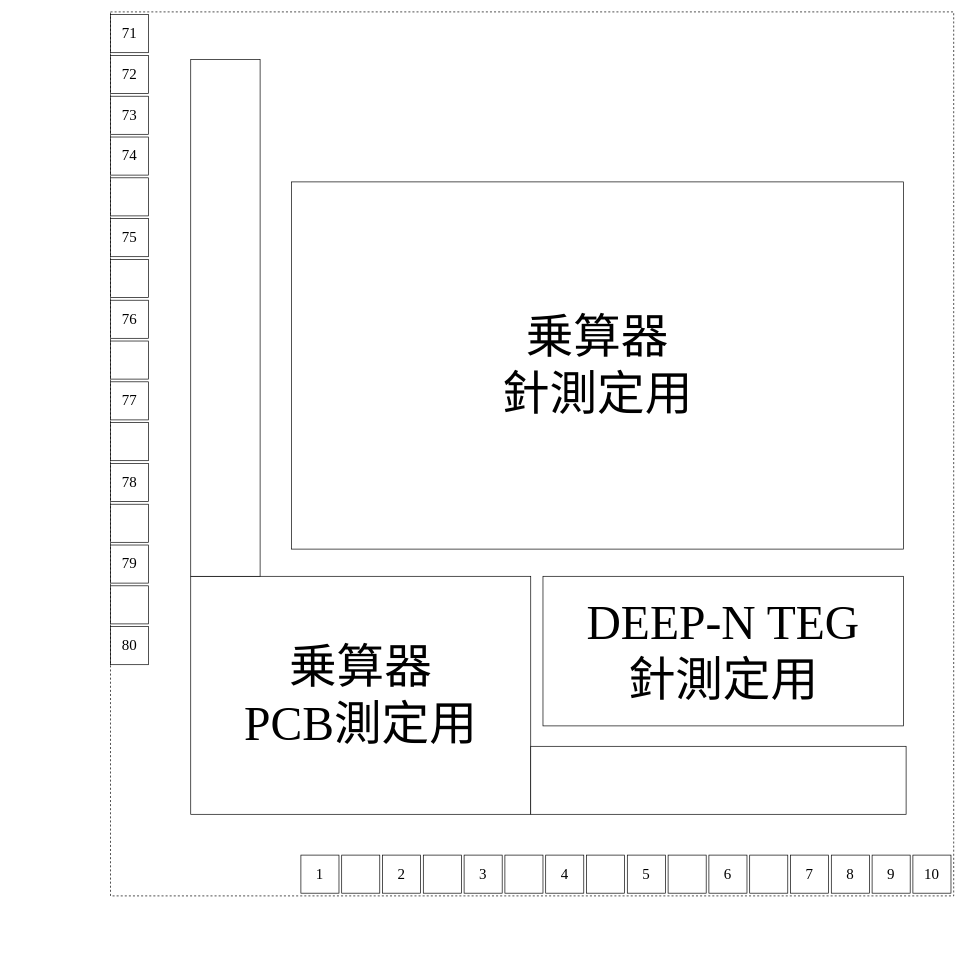
Before: folded_gilbert/試作/20240115/floar_plan.drawio in kjm-desktop10400/reserch, a draw.io diagram. Source tidied: cells renumbered, new cells numbered last; positions are measured from the earlier drawing's top-left corner, leaving out a move shared by most shapes. Both pictures are drawn from the tidied source at 68%, with x=0, y=0 at pixel (110, 12).
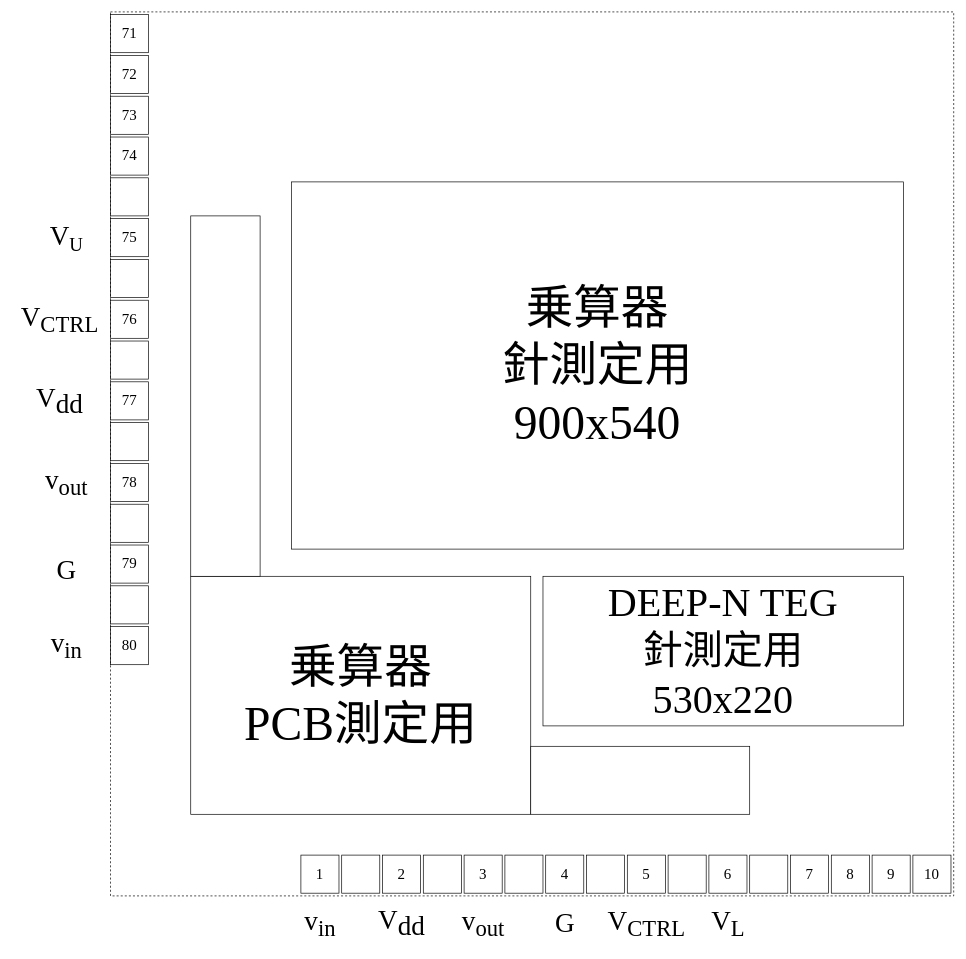
After the change.

The edit, as a diff of the source:
```diff
@@
-    <mxCell id="34" value="乗算器&lt;br&gt;針測定用" style="rounded=0;whiteSpace=wrap;html=1;strokeColor=default;fontFamily=Times New Roman;fontSize=70;fontColor=default;fillColor=default;" parent="1" vertex="1">
+    <mxCell id="34" value="乗算器&lt;br&gt;針測定用&lt;br&gt;900x540" style="rounded=0;whiteSpace=wrap;html=1;strokeColor=default;fontFamily=Times New Roman;fontSize=70;fontColor=default;fillColor=default;" parent="1" vertex="1">
       <mxGeometry x="266" y="250" width="900" height="540" as="geometry" />
     </mxCell>
@@
     <mxCell id="37" style="rounded=0;whiteSpace=wrap;html=1;strokeColor=default;fontFamily=Times New Roman;fontSize=22;fontColor=default;fillColor=default;" parent="1" vertex="1">
-      <mxGeometry x="618" y="1080" width="552" height="100" as="geometry" />
+      <mxGeometry x="618" y="1080" width="322" height="100" as="geometry" />
     </mxCell>
     <mxCell id="38" style="rounded=0;whiteSpace=wrap;html=1;strokeColor=default;fontFamily=Times New Roman;fontSize=22;fontColor=default;fillColor=default;" parent="1" vertex="1">
-      <mxGeometry x="118" y="70" width="102" height="760" as="geometry" />
+      <mxGeometry x="118" y="300" width="102" height="530" as="geometry" />
     </mxCell>
-    <mxCell id="39" value="DEEP-N TEG&lt;br&gt;針測定用" style="rounded=0;whiteSpace=wrap;html=1;strokeColor=default;fontFamily=Times New Roman;fontSize=70;fontColor=default;fillColor=default;" parent="1" vertex="1">
+    <mxCell id="39" value="DEEP-N TEG&lt;br style=&quot;font-size: 59px;&quot;&gt;針測定用&lt;br style=&quot;font-size: 59px;&quot;&gt;530x220" style="rounded=0;whiteSpace=wrap;html=1;strokeColor=default;fontFamily=Times New Roman;fontSize=59;fontColor=default;fillColor=default;" parent="1" vertex="1">
       <mxGeometry x="636" y="830" width="530" height="220" as="geometry" />
     </mxCell>
+    <mxCell id="40" value="v&lt;sub&gt;in&lt;/sub&gt;" style="text;html=1;align=center;verticalAlign=middle;strokeColor=none;fillColor=none;fontSize=40;fontFamily=Times New Roman;fontColor=default;" parent="1" vertex="1">
+      <mxGeometry x="-100" y="897" width="70" height="70" as="geometry" />
+    </mxCell>
+    <mxCell id="41" value="v&lt;sub&gt;in&lt;/sub&gt;" style="text;html=1;align=center;verticalAlign=middle;strokeColor=none;fillColor=none;fontSize=40;fontFamily=Times New Roman;fontColor=default;" parent="1" vertex="1">
+      <mxGeometry x="273" y="1305" width="70" height="70" as="geometry" />
+    </mxCell>
+    <mxCell id="42" value="v&lt;sub&gt;out&lt;/sub&gt;" style="text;html=1;align=center;verticalAlign=middle;strokeColor=none;fillColor=none;fontSize=40;fontFamily=Times New Roman;fontColor=default;" parent="1" vertex="1">
+      <mxGeometry x="503" y="1305" width="90" height="70" as="geometry" />
+    </mxCell>
+    <mxCell id="43" value="V&lt;sub&gt;L&lt;/sub&gt;" style="text;html=1;align=center;verticalAlign=middle;strokeColor=none;fillColor=none;fontSize=40;fontFamily=Times New Roman;fontColor=default;" parent="1" vertex="1">
+      <mxGeometry x="873" y="1305" width="70" height="70" as="geometry" />
+    </mxCell>
+    <mxCell id="44" value="V&lt;sub&gt;CTRL&lt;/sub&gt;" style="text;html=1;align=center;verticalAlign=middle;strokeColor=none;fillColor=none;fontSize=40;fontFamily=Times New Roman;fontColor=default;" parent="1" vertex="1">
+      <mxGeometry x="718" y="1305" width="140" height="70" as="geometry" />
+    </mxCell>
+    <mxCell id="45" value="v&lt;sub&gt;out&lt;/sub&gt;" style="text;html=1;align=center;verticalAlign=middle;strokeColor=none;fillColor=none;fontSize=40;fontFamily=Times New Roman;fontColor=default;" parent="1" vertex="1">
+      <mxGeometry x="-110" y="657" width="90" height="70" as="geometry" />
+    </mxCell>
+    <mxCell id="46" value="V&lt;span style=&quot;font-size: 33.3333px;&quot;&gt;&lt;sub&gt;U&lt;/sub&gt;&lt;/span&gt;" style="text;html=1;align=center;verticalAlign=middle;strokeColor=none;fillColor=none;fontSize=40;fontFamily=Times New Roman;fontColor=default;" parent="1" vertex="1">
+      <mxGeometry x="-100" y="297" width="70" height="70" as="geometry" />
+    </mxCell>
+    <mxCell id="47" value="V&lt;sub&gt;CTRL&lt;/sub&gt;" style="text;html=1;align=center;verticalAlign=middle;strokeColor=none;fillColor=none;fontSize=40;fontFamily=Times New Roman;fontColor=default;" parent="1" vertex="1">
+      <mxGeometry x="-145" y="417" width="140" height="70" as="geometry" />
+    </mxCell>
+    <mxCell id="48" value="G" style="text;html=1;align=center;verticalAlign=middle;strokeColor=none;fillColor=none;fontSize=40;fontFamily=Times New Roman;fontColor=default;" parent="1" vertex="1">
+      <mxGeometry x="-90" y="790" width="50" height="60" as="geometry" />
+    </mxCell>
+    <mxCell id="49" value="V&lt;sub style=&quot;font-size: 40px;&quot;&gt;dd&lt;/sub&gt;" style="text;html=1;align=center;verticalAlign=middle;strokeColor=none;fillColor=none;fontFamily=Times New Roman;fontSize=40;" parent="1" vertex="1">
+      <mxGeometry x="383" y="1305" width="90" height="70" as="geometry" />
+    </mxCell>
+    <mxCell id="50" value="G" style="text;html=1;align=center;verticalAlign=middle;strokeColor=none;fillColor=none;fontSize=40;fontFamily=Times New Roman;fontColor=default;" parent="1" vertex="1">
+      <mxGeometry x="643" y="1310" width="50" height="60" as="geometry" />
+    </mxCell>
+    <mxCell id="51" value="V&lt;sub style=&quot;font-size: 40px;&quot;&gt;dd&lt;/sub&gt;" style="text;html=1;align=center;verticalAlign=middle;strokeColor=none;fillColor=none;fontFamily=Times New Roman;fontSize=40;" parent="1" vertex="1">
+      <mxGeometry x="-120" y="537" width="90" height="70" as="geometry" />
+    </mxCell>
```
